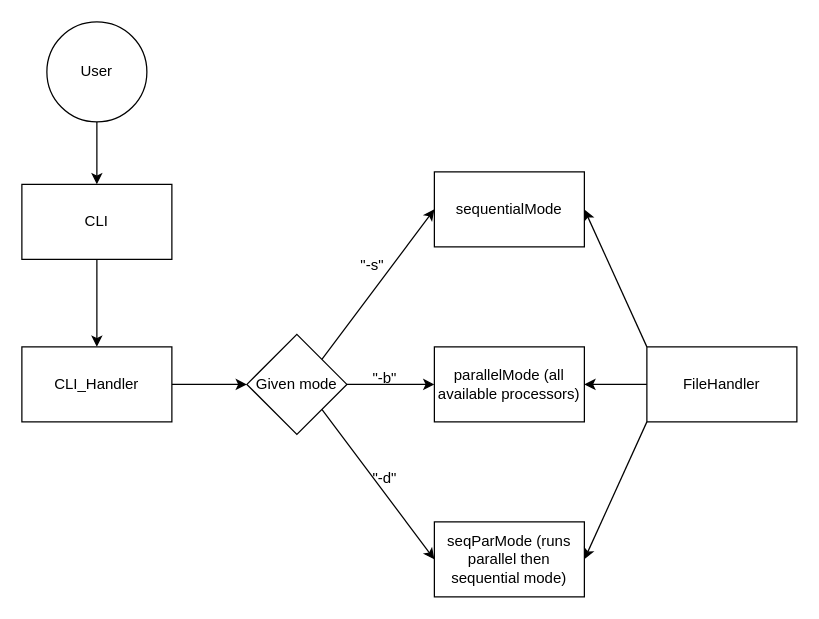
Earlier version of the draw.io diagram projectPlan.drawio (ldm8760/copads_project1). Source tidied: cells renumbered, new cells numbered last; positions are measured from the earlier drawing's top-left corner, leaving out a move shared by most shapes. Both pictures are drawn from the tidied source at 125%, with x=0, y=0 at pixel (21, 21).
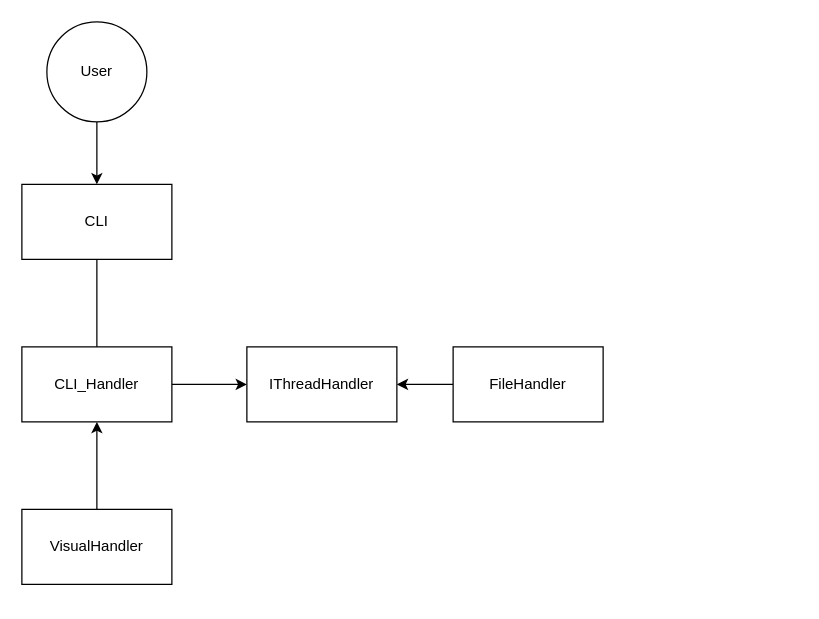
After the change.

Commit message (it also covers changes not shown here):
project requirements complete

The change refers to these unchanged cells:
```xml
<mxCell id="3" value="CLI" style="whiteSpace=wrap;html=1;" parent="1" vertex="1">
  <mxGeometry y="130" width="120" height="60" as="geometry" />
</mxCell>
<mxCell id="5" value="CLI_Handler" style="whiteSpace=wrap;html=1;direction=west;" parent="1" vertex="1">
  <mxGeometry y="260" width="120" height="60" as="geometry" />
</mxCell>
```

What changed in the source:
```diff
@@
-    <mxCell id="2" style="edgeStyle=none;html=1;exitX=0.5;exitY=1;exitDx=0;exitDy=0;entryX=0.5;entryY=1;entryDx=0;entryDy=0;" parent="1" edge="1" source="3" target="5">
+    <mxCell id="2" style="edgeStyle=none;html=1;exitX=0.5;exitY=1;exitDx=0;exitDy=0;entryX=0.5;entryY=1;entryDx=0;entryDy=0;endArrow=none;endFill=0;" parent="1" edge="1" source="3" target="5">
       <mxGeometry relative="1" as="geometry" />
     </mxCell>
@@
-    <mxCell id="4" style="edgeStyle=none;html=1;exitX=0;exitY=0.5;exitDx=0;exitDy=0;entryX=0;entryY=0.5;entryDx=0;entryDy=0;" parent="1" edge="1" source="5" target="18">
-      <mxGeometry relative="1" as="geometry" />
+    <mxCell id="4" style="edgeStyle=none;html=1;exitX=0;exitY=0.5;exitDx=0;exitDy=0;entryX=0;entryY=0.5;entryDx=0;entryDy=0;" parent="1" edge="1" source="5">
+      <mxGeometry relative="1" as="geometry">
+        <mxPoint x="180" y="290" as="targetPoint" />
+      </mxGeometry>
     </mxCell>
@@
-    <mxCell id="8" value="seqParMode (runs parallel then sequential mode)" style="whiteSpace=wrap;html=1;" parent="1" vertex="1">
-      <mxGeometry x="330" y="400" width="120" height="60" as="geometry" />
-    </mxCell>
-    <mxCell id="9" style="edgeStyle=none;html=1;exitX=0;exitY=0;exitDx=0;exitDy=0;entryX=1;entryY=0.5;entryDx=0;entryDy=0;" parent="1" edge="1" source="12" target="13">
-      <mxGeometry relative="1" as="geometry" />
-    </mxCell>
-    <mxCell id="10" style="edgeStyle=none;html=1;exitX=0;exitY=0.5;exitDx=0;exitDy=0;entryX=1;entryY=0.5;entryDx=0;entryDy=0;" parent="1" edge="1" source="12" target="14">
-      <mxGeometry relative="1" as="geometry" />
-    </mxCell>
-    <mxCell id="11" style="edgeStyle=none;html=1;exitX=0;exitY=1;exitDx=0;exitDy=0;entryX=1;entryY=0.5;entryDx=0;entryDy=0;" parent="1" edge="1" source="12" target="8">
-      <mxGeometry relative="1" as="geometry" />
-    </mxCell>
+    <mxCell id="22" style="edgeStyle=none;html=1;exitX=0;exitY=0.5;exitDx=0;exitDy=0;entryX=1;entryY=0.5;entryDx=0;entryDy=0;" parent="1" edge="1" source="12" target="23">
+      <mxGeometry relative="1" as="geometry" />
+    </mxCell>
     <mxCell id="12" value="FileHandler" style="whiteSpace=wrap;html=1;" parent="1" vertex="1">
-      <mxGeometry x="500" y="260" width="120" height="60" as="geometry" />
+      <mxGeometry x="345" y="260" width="120" height="60" as="geometry" />
     </mxCell>
-    <mxCell id="13" value="sequentialMode" style="whiteSpace=wrap;html=1;" parent="1" vertex="1">
-      <mxGeometry x="330" y="120" width="120" height="60" as="geometry" />
-    </mxCell>
-    <mxCell id="14" value="parallelMode (all available processors)" style="whiteSpace=wrap;html=1;" parent="1" vertex="1">
-      <mxGeometry x="330" y="260" width="120" height="60" as="geometry" />
-    </mxCell>
-    <mxCell id="15" style="edgeStyle=none;html=1;exitX=1;exitY=0;exitDx=0;exitDy=0;entryX=0;entryY=0.5;entryDx=0;entryDy=0;" parent="1" edge="1" source="18" target="13">
-      <mxGeometry relative="1" as="geometry" />
-    </mxCell>
-    <mxCell id="16" style="edgeStyle=none;html=1;exitX=1;exitY=0.5;exitDx=0;exitDy=0;entryX=0;entryY=0.5;entryDx=0;entryDy=0;" parent="1" edge="1" source="18" target="14">
-      <mxGeometry relative="1" as="geometry" />
-    </mxCell>
-    <mxCell id="17" style="edgeStyle=none;html=1;exitX=1;exitY=1;exitDx=0;exitDy=0;entryX=0;entryY=0.5;entryDx=0;entryDy=0;" parent="1" edge="1" source="18" target="8">
-      <mxGeometry relative="1" as="geometry" />
-    </mxCell>
-    <mxCell id="18" value="Given mode" style="rhombus;whiteSpace=wrap;html=1;" parent="1" vertex="1">
-      <mxGeometry x="180" y="250" width="80" height="80" as="geometry" />
-    </mxCell>
-    <mxCell id="19" value="&quot;-s&quot;" style="text;html=1;align=center;verticalAlign=middle;strokeColor=none;fillColor=none;" parent="1" vertex="1">
-      <mxGeometry x="260" y="180" width="40" height="30" as="geometry" />
-    </mxCell>
-    <mxCell id="20" value="&quot;-d&quot;" style="text;html=1;align=center;verticalAlign=middle;strokeColor=none;fillColor=none;" parent="1" vertex="1">
-      <mxGeometry x="270" y="350" width="40" height="30" as="geometry" />
-    </mxCell>
-    <mxCell id="21" value="&quot;-b&quot;" style="text;html=1;align=center;verticalAlign=middle;strokeColor=none;fillColor=none;" parent="1" vertex="1">
-      <mxGeometry x="270" y="270" width="40" height="30" as="geometry" />
-    </mxCell>
+    <mxCell id="23" value="IThreadHandler" style="whiteSpace=wrap;html=1;" parent="1" vertex="1">
+      <mxGeometry x="180" y="260" width="120" height="60" as="geometry" />
+    </mxCell>
+    <mxCell id="24" style="edgeStyle=none;html=1;exitX=0.5;exitY=0;exitDx=0;exitDy=0;entryX=0.5;entryY=0;entryDx=0;entryDy=0;" parent="1" edge="1" source="25" target="5">
+      <mxGeometry relative="1" as="geometry" />
+    </mxCell>
+    <mxCell id="25" value="VisualHandler" style="whiteSpace=wrap;html=1;" parent="1" vertex="1">
+      <mxGeometry y="390" width="120" height="60" as="geometry" />
+    </mxCell>
```
